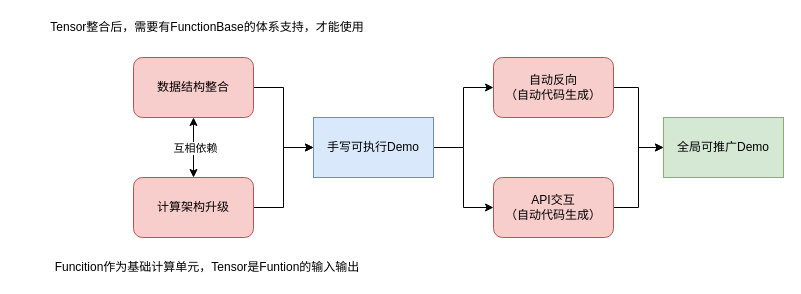
The draw.io diagram c2f.drawio in chenwhql/diagrams, before the edit. Source tidied: cells renumbered, new cells numbered last; positions are measured from the earlier drawing's top-left corner, leaving out a move shared by most shapes. Both pictures are drawn from the tidied source at 100%, with x=0, y=0 at pixel (17, 17).
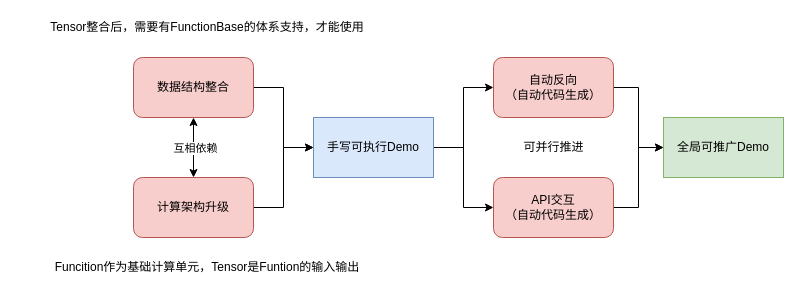
Above is the later version.

Change to the diagram source:
```diff
@@
 <mxGraphModel>
   <root>
     <mxCell id="0" />
     <mxCell id="1" parent="0" />
     <mxCell id="2" style="edgeStyle=orthogonalEdgeStyle;rounded=0;jettySize=auto;html=1;exitX=1;exitY=0.5;exitDx=0;exitDy=0;entryX=0;entryY=0.5;entryDx=0;entryDy=0;" parent="1" edge="1" source="3" target="10">
       <mxGeometry relative="1" as="geometry" />
     </mxCell>
     <mxCell id="3" value="数据结构整合" style="rounded=1;whiteSpace=wrap;html=1;fillColor=#f8cecc;strokeColor=#b85450;" parent="1" vertex="1">
       <mxGeometry x="116" y="40" width="120" height="60" as="geometry" />
     </mxCell>
     <mxCell id="4" style="edgeStyle=orthogonalEdgeStyle;rounded=0;jettySize=auto;html=1;exitX=1;exitY=0.5;exitDx=0;exitDy=0;" parent="1" edge="1" source="5" target="10">
       <mxGeometry relative="1" as="geometry" />
     </mxCell>
     <mxCell id="5" value="计算架构升级" style="rounded=1;whiteSpace=wrap;html=1;fillColor=#f8cecc;strokeColor=#b85450;" parent="1" vertex="1">
       <mxGeometry x="116" y="160" width="120" height="60" as="geometry" />
     </mxCell>
     <mxCell id="6" style="endArrow=classic;startArrow=classic;html=1;entryX=0.5;entryY=1;entryDx=0;entryDy=0;exitX=0.5;exitY=0;exitDx=0;exitDy=0;" parent="1" edge="1" source="5" target="3">
       <mxGeometry relative="1" as="geometry" />
     </mxCell>
     <mxCell id="7" value="互相依赖" style="edgeLabel;html=1;align=center;verticalAlign=middle;" parent="6" vertex="1">
       <mxGeometry x="-0.1" y="-1" relative="1" as="geometry">
         <mxPoint y="-3" as="offset" />
       </mxGeometry>
     </mxCell>
     <mxCell id="8" style="edgeStyle=orthogonalEdgeStyle;rounded=0;jettySize=auto;html=1;exitX=1;exitY=0.5;exitDx=0;exitDy=0;" parent="1" edge="1" source="10" target="14">
       <mxGeometry relative="1" as="geometry" />
     </mxCell>
     <mxCell id="9" style="edgeStyle=orthogonalEdgeStyle;rounded=0;jettySize=auto;html=1;exitX=1;exitY=0.5;exitDx=0;exitDy=0;entryX=0;entryY=0.5;entryDx=0;entryDy=0;" parent="1" edge="1" source="10" target="16">
       <mxGeometry relative="1" as="geometry" />
     </mxCell>
     <mxCell id="10" value="手写可执行Demo" style="rounded=0;whiteSpace=wrap;html=1;fillColor=#dae8fc;strokeColor=#6c8ebf;" parent="1" vertex="1">
       <mxGeometry x="296" y="100" width="120" height="60" as="geometry" />
     </mxCell>
     <mxCell id="11" value="Tensor整合后，需要有FunctionBase的体系支持，才能使用" style="text;html=1;strokeColor=none;fillColor=none;align=center;verticalAlign=middle;whiteSpace=wrap;rounded=0;" parent="1" vertex="1">
       <mxGeometry width="380" height="20" as="geometry" />
     </mxCell>
     <mxCell id="12" value="Funcition作为基础计算单元，Tensor是Funtion的输入输出" style="text;html=1;strokeColor=none;fillColor=none;align=center;verticalAlign=middle;whiteSpace=wrap;rounded=0;" parent="1" vertex="1">
       <mxGeometry y="240" width="380" height="20" as="geometry" />
     </mxCell>
     <mxCell id="13" style="edgeStyle=orthogonalEdgeStyle;rounded=0;jettySize=auto;html=1;exitX=1;exitY=0.5;exitDx=0;exitDy=0;entryX=0;entryY=0.5;entryDx=0;entryDy=0;" parent="1" edge="1" source="14" target="17">
       <mxGeometry relative="1" as="geometry" />
     </mxCell>
     <mxCell id="14" value="自动反向&lt;br&gt;（自动代码生成）" style="rounded=1;whiteSpace=wrap;html=1;fillColor=#f8cecc;strokeColor=#b85450;" parent="1" vertex="1">
       <mxGeometry x="476" y="40" width="120" height="60" as="geometry" />
     </mxCell>
     <mxCell id="15" style="edgeStyle=orthogonalEdgeStyle;rounded=0;jettySize=auto;html=1;exitX=1;exitY=0.5;exitDx=0;exitDy=0;entryX=0;entryY=0.5;entryDx=0;entryDy=0;" parent="1" edge="1" source="16" target="17">
       <mxGeometry relative="1" as="geometry" />
     </mxCell>
     <mxCell id="16" value="API交互&lt;br&gt;（自动代码生成）" style="rounded=1;whiteSpace=wrap;html=1;fillColor=#f8cecc;strokeColor=#b85450;" parent="1" vertex="1">
       <mxGeometry x="476" y="160" width="120" height="60" as="geometry" />
     </mxCell>
     <mxCell id="17" value="全局可推广Demo" style="rounded=0;whiteSpace=wrap;html=1;fillColor=#d5e8d4;strokeColor=#82b366;" parent="1" vertex="1">
       <mxGeometry x="646" y="100" width="120" height="60" as="geometry" />
     </mxCell>
+    <mxCell id="18" value="可并行推进" style="text;html=1;align=center;verticalAlign=middle;strokeColor=none;" parent="1" vertex="1">
+      <mxGeometry x="496" y="120" width="80" height="20" as="geometry" />
+    </mxCell>
   </root>
 </mxGraphModel>
```
